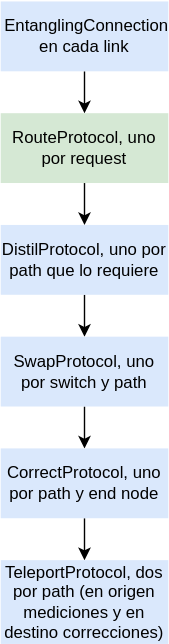
Earlier version of the draw.io export Diagramas/Flujo/prepararprotocolos.svg (davidpcuvigo/quantumcity). Source tidied: cells renumbered, new cells last; positions are measured from the earlier drawing's top-left corner, leaving out a move shared by most shapes.
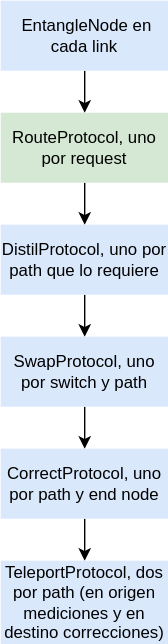
After the commit.

What changed in the source:
```diff
@@ -5,7 +5,7 @@
     <mxCell id="2" style="edgeStyle=orthogonalEdgeStyle;rounded=0;jettySize=auto;html=1;exitX=0.5;exitY=1;exitDx=0;exitDy=0;entryX=0.5;entryY=0;entryDx=0;entryDy=0;" parent="1" edge="1" source="3" target="5">
       <mxGeometry relative="1" as="geometry" />
     </mxCell>
-    <mxCell id="3" value="&amp;nbsp;EntanglingConnection en cada link" style="rounded=0;whiteSpace=wrap;html=1;strokeColor=none;fillColor=#dae8fc;" parent="1" vertex="1">
+    <mxCell id="3" value="&amp;nbsp;EntangleNode en cada link" style="rounded=0;whiteSpace=wrap;html=1;strokeColor=none;fillColor=#dae8fc;" parent="1" vertex="1">
       <mxGeometry width="120" height="50" as="geometry" />
     </mxCell>
     <mxCell id="4" style="edgeStyle=orthogonalEdgeStyle;rounded=0;jettySize=auto;html=1;exitX=0.5;exitY=1;exitDx=0;exitDy=0;entryX=0.5;entryY=0;entryDx=0;entryDy=0;" parent="1" edge="1" source="5" target="7">
```
